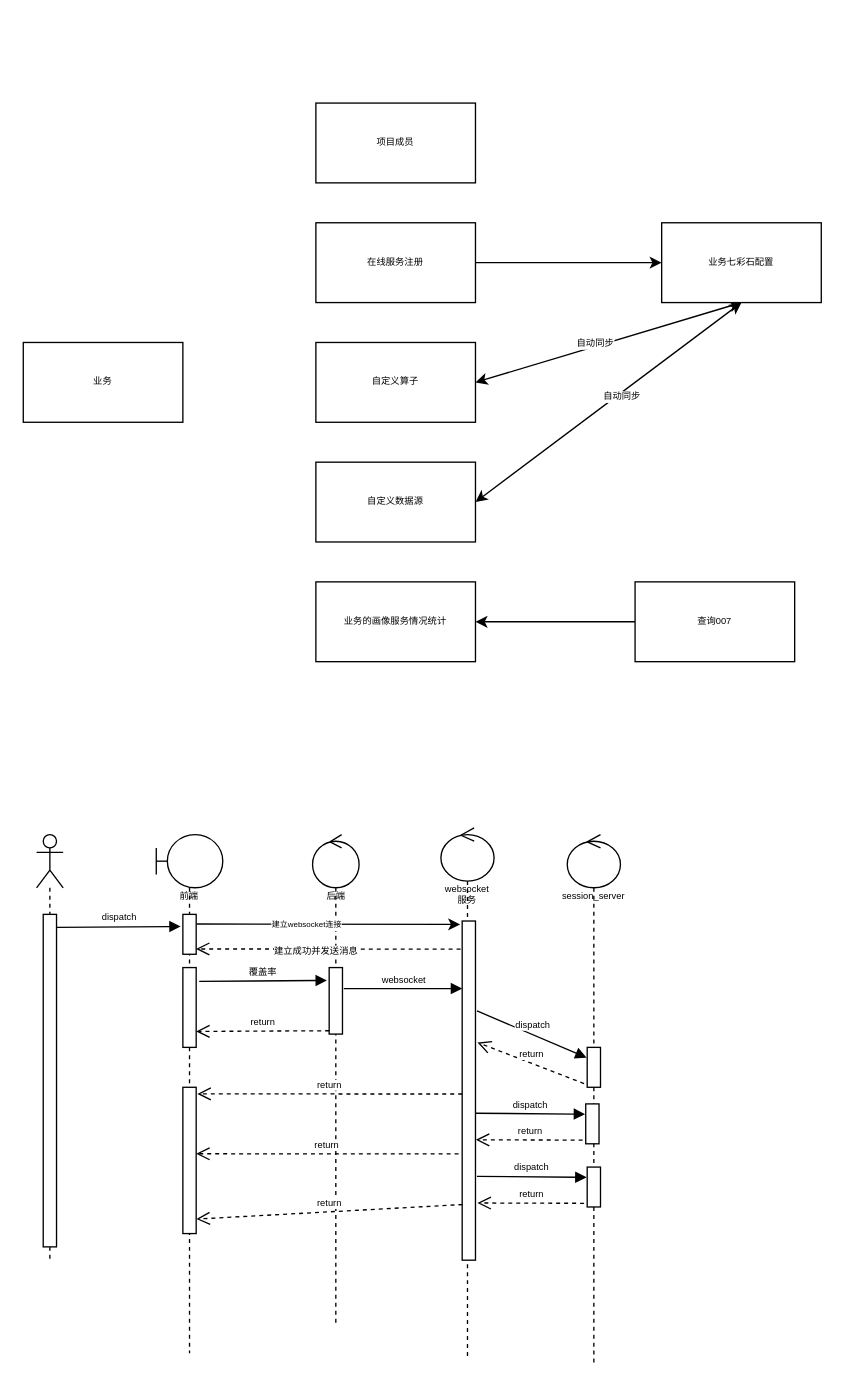
The draw.io diagram page "Page-8" (8 of 9) of 未命名绘图.drawio in nullbull/uml, before the edit. Source tidied: cells renumbered, new cells numbered last; positions are measured from the earlier drawing's top-left corner, leaving out a move shared by most shapes. Both pictures are drawn from the tidied source at 133%, with x=0, y=0 at pixel (23, 102).
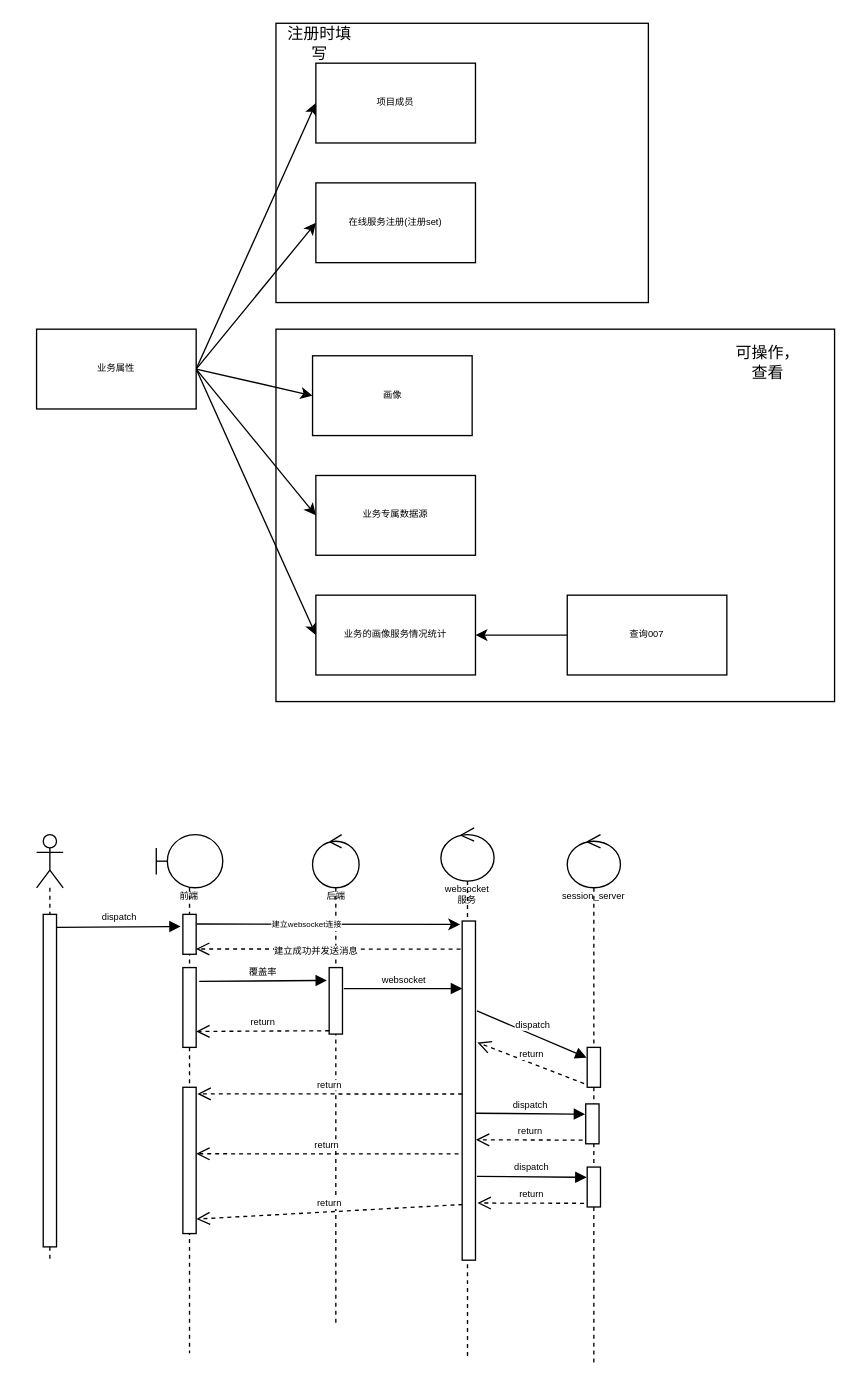
After the change.

Commit message:
Update 未命名绘图.drawio

What changed in the source:
```diff
@@
+    <mxCell id="47" style="rounded=0;whiteSpace=wrap;html=1;" parent="1" vertex="1">
+      <mxGeometry x="190" y="170" width="420" height="280" as="geometry" />
+    </mxCell>
+    <mxCell id="48" style="rounded=0;whiteSpace=wrap;html=1;" parent="1" vertex="1">
+      <mxGeometry x="190" y="-60" width="280" height="210" as="geometry" />
+    </mxCell>
+    <mxCell id="49" style="rounded=0;jettySize=auto;html=1;entryX=0;entryY=0.5;entryDx=0;entryDy=0;exitX=1;exitY=0.5;exitDx=0;exitDy=0;" parent="1" edge="1" source="2" target="3">
+      <mxGeometry relative="1" as="geometry" />
+    </mxCell>
+    <mxCell id="50" style="edgeStyle=none;rounded=0;jettySize=auto;html=1;entryX=0;entryY=0.5;entryDx=0;entryDy=0;exitX=1;exitY=0.5;exitDx=0;exitDy=0;" parent="1" edge="1" source="2" target="5">
+      <mxGeometry relative="1" as="geometry" />
+    </mxCell>
+    <mxCell id="51" style="edgeStyle=none;rounded=0;jettySize=auto;html=1;entryX=0;entryY=0.5;entryDx=0;entryDy=0;exitX=1;exitY=0.5;exitDx=0;exitDy=0;" parent="1" edge="1" source="2" target="54">
+      <mxGeometry relative="1" as="geometry" />
+    </mxCell>
+    <mxCell id="52" style="edgeStyle=none;rounded=0;jettySize=auto;html=1;exitX=1;exitY=0.5;exitDx=0;exitDy=0;entryX=0;entryY=0.5;entryDx=0;entryDy=0;" parent="1" edge="1" source="2" target="7">
+      <mxGeometry relative="1" as="geometry" />
+    </mxCell>
+    <mxCell id="53" style="edgeStyle=none;rounded=0;jettySize=auto;html=1;exitX=1;exitY=0.5;exitDx=0;exitDy=0;entryX=0;entryY=0.5;entryDx=0;entryDy=0;" parent="1" edge="1" source="2" target="8">
+      <mxGeometry relative="1" as="geometry" />
+    </mxCell>
-    <mxCell id="2" value="业务" style="rounded=0;whiteSpace=wrap;html=1;fontSize=7;" parent="1" vertex="1">
-      <mxGeometry y="180" width="120" height="60" as="geometry" />
+    <mxCell id="2" value="业务属性" style="rounded=0;whiteSpace=wrap;html=1;fontSize=7;" parent="1" vertex="1">
+      <mxGeometry x="10" y="170" width="120" height="60" as="geometry" />
     </mxCell>
     <mxCell id="3" value="项目成员" style="rounded=0;whiteSpace=wrap;html=1;fontSize=7;" parent="1" vertex="1">
-      <mxGeometry x="220" width="120" height="60" as="geometry" />
+      <mxGeometry x="220" y="-30" width="120" height="60" as="geometry" />
     </mxCell>
-    <mxCell id="4" style="edgeStyle=none;rounded=0;jettySize=auto;html=1;fontSize=7;" parent="1" edge="1" source="5" target="13">
-      <mxGeometry relative="1" as="geometry" />
-    </mxCell>
-    <mxCell id="5" value="在线服务注册" style="rounded=0;whiteSpace=wrap;html=1;fontSize=7;" parent="1" vertex="1">
-      <mxGeometry x="220" y="90" width="120" height="60" as="geometry" />
+    <mxCell id="5" value="在线服务注册(注册set)" style="rounded=0;whiteSpace=wrap;html=1;fontSize=7;" parent="1" vertex="1">
+      <mxGeometry x="220" y="60" width="120" height="60" as="geometry" />
     </mxCell>
-    <mxCell id="6" value="自定义算子" style="rounded=0;whiteSpace=wrap;html=1;fontSize=7;" parent="1" vertex="1">
-      <mxGeometry x="220" y="180" width="120" height="60" as="geometry" />
-    </mxCell>
-    <mxCell id="7" value="自定义数据源" style="rounded=0;whiteSpace=wrap;html=1;fontSize=7;" parent="1" vertex="1">
-      <mxGeometry x="220" y="270" width="120" height="60" as="geometry" />
+    <mxCell id="7" value="业务专属数据源" style="rounded=0;whiteSpace=wrap;html=1;fontSize=7;" parent="1" vertex="1">
+      <mxGeometry x="220" y="280" width="120" height="60" as="geometry" />
     </mxCell>
     <mxCell id="8" value="业务的画像服务情况统计" style="rounded=0;whiteSpace=wrap;html=1;fontSize=7;" parent="1" vertex="1">
-      <mxGeometry x="220" y="360" width="120" height="60" as="geometry" />
+      <mxGeometry x="220" y="370" width="120" height="60" as="geometry" />
     </mxCell>
-    <mxCell id="9" style="rounded=0;jettySize=auto;html=1;entryX=1;entryY=0.5;entryDx=0;entryDy=0;exitX=0.5;exitY=1;exitDx=0;exitDy=0;startArrow=classic;startFill=1;fontSize=7;" parent="1" edge="1" source="13" target="6">
-      <mxGeometry relative="1" as="geometry" />
-    </mxCell>
-    <mxCell id="10" value="自动同步" style="edgeLabel;html=1;align=center;verticalAlign=middle;fontSize=7;" parent="9" vertex="1">
-      <mxGeometry x="0.28" y="3" relative="1" as="geometry">
-        <mxPoint x="17" y="-11" as="offset" />
-      </mxGeometry>
-    </mxCell>
-    <mxCell id="11" style="edgeStyle=none;rounded=0;jettySize=auto;html=1;exitX=0.5;exitY=1;exitDx=0;exitDy=0;entryX=1;entryY=0.5;entryDx=0;entryDy=0;startArrow=classic;startFill=1;fontSize=7;" parent="1" edge="1" source="13" target="7">
-      <mxGeometry relative="1" as="geometry" />
-    </mxCell>
-    <mxCell id="12" value="自动同步" style="edgeLabel;html=1;align=center;verticalAlign=middle;fontSize=7;" parent="11" vertex="1">
-      <mxGeometry x="0.07" y="3" relative="1" as="geometry">
-        <mxPoint x="15" y="-12" as="offset" />
-      </mxGeometry>
-    </mxCell>
-    <mxCell id="13" value="业务七彩石配置" style="rounded=0;whiteSpace=wrap;html=1;fontSize=7;" parent="1" vertex="1">
-      <mxGeometry x="480" y="90" width="120" height="60" as="geometry" />
-    </mxCell>
@@
     <mxCell id="15" value="查询007" style="rounded=0;whiteSpace=wrap;html=1;fontSize=7;" parent="1" vertex="1">
-      <mxGeometry x="460" y="360" width="120" height="60" as="geometry" />
+      <mxGeometry x="409" y="370" width="120" height="60" as="geometry" />
     </mxCell>
@@
+    <mxCell id="54" value="画像" style="rounded=0;whiteSpace=wrap;html=1;fontSize=7;" parent="1" vertex="1">
+      <mxGeometry x="217.5" y="190" width="120" height="60" as="geometry" />
+    </mxCell>
+    <mxCell id="55" value="注册时填写" style="text;html=1;strokeColor=none;fillColor=none;align=center;verticalAlign=middle;whiteSpace=wrap;rounded=0;" parent="1" vertex="1">
+      <mxGeometry x="192.5" y="-60" width="60" height="30" as="geometry" />
+    </mxCell>
+    <mxCell id="56" value="可操作，查看" style="text;html=1;strokeColor=none;fillColor=none;align=center;verticalAlign=middle;whiteSpace=wrap;rounded=0;" parent="1" vertex="1">
+      <mxGeometry x="530" y="180" width="60" height="30" as="geometry" />
+    </mxCell>
```
